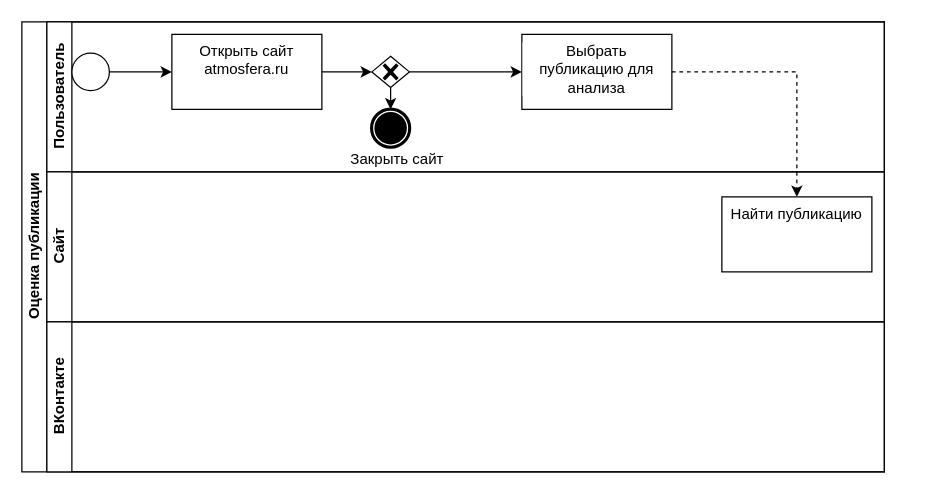
The draw.io diagram bpmn.drawio in l-voff/metods_rep, before the edit. Source tidied: cells renumbered, new cells numbered last; positions are measured from the earlier drawing's top-left corner, leaving out a move shared by most shapes. Both pictures are drawn from the tidied source at 125%, with x=0, y=0 at pixel (21, 21).
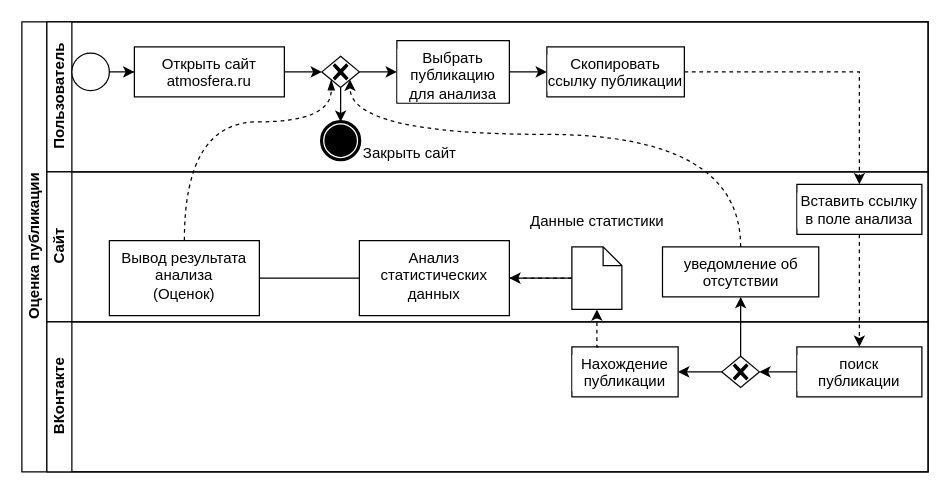
After the change.

The edit, as a diff of the source:
```diff
@@
     <mxCell id="2" value="Оценка публикации" style="swimlane;horizontal=0;startSize=20;html=1;" parent="1" vertex="1">
-      <mxGeometry width="690" height="360" as="geometry" />
+      <mxGeometry width="725" height="360" as="geometry" />
     </mxCell>
     <mxCell id="3" value="Пользователь" style="swimlane;startSize=20;horizontal=0;html=1;" parent="2" vertex="1">
-      <mxGeometry x="20" width="670" height="120" as="geometry" />
+      <mxGeometry x="20" width="705" height="120" as="geometry" />
     </mxCell>
@@
-    <mxCell id="6" style="edgeStyle=orthogonalEdgeStyle;rounded=0;jettySize=auto;html=1;exitX=1;exitY=0.5;exitDx=0;exitDy=0;" parent="3" edge="1" source="7">
-      <mxGeometry relative="1" as="geometry">
-        <mxPoint x="260" y="40" as="targetPoint" />
-      </mxGeometry>
-    </mxCell>
+    <mxCell id="18" style="edgeStyle=orthogonalEdgeStyle;rounded=0;jettySize=auto;html=1;exitX=1;exitY=0.5;exitDx=0;exitDy=0;entryX=0;entryY=0.5;entryDx=0;entryDy=0;entryPerimeter=0;" parent="3" edge="1" source="7" target="11">
+      <mxGeometry relative="1" as="geometry" />
+    </mxCell>
     <mxCell id="7" value="Открыть сайт&lt;br&gt;atmosfera.ru" style="whiteSpace=wrap;html=1;verticalAlign=top;labelBackgroundColor=#ffffff;" parent="3" vertex="1">
-      <mxGeometry x="100" y="10" width="120" height="60" as="geometry" />
+      <mxGeometry x="70" y="20" width="120" height="40" as="geometry" />
     </mxCell>
+    <mxCell id="19" style="edgeStyle=orthogonalEdgeStyle;rounded=0;jettySize=auto;html=1;" parent="3" edge="1" source="8" target="20">
+      <mxGeometry relative="1" as="geometry" />
+    </mxCell>
     <mxCell id="8" value="Выбрать публикацию для анализа" style="whiteSpace=wrap;html=1;verticalAlign=top;labelBackgroundColor=#ffffff;" parent="3" vertex="1">
-      <mxGeometry x="380" y="10" width="120" height="60" as="geometry" />
+      <mxGeometry x="280" y="15" width="90" height="50" as="geometry" />
     </mxCell>
@@
     <mxCell id="11" style="points=[[0.25,0.25,0],[0.5,0,0],[0.75,0.25,0],[1,0.5,0],[0.75,0.75,0],[0.5,1,0],[0.25,0.75,0],[0,0.5,0]];shape=mxgraph.bpmn.gateway2;html=1;verticalLabelPosition=bottom;labelBackgroundColor=#ffffff;verticalAlign=top;align=center;perimeter=rhombusPerimeter;outlineConnect=0;outline=none;symbol=none;gwType=exclusive;" parent="3" vertex="1">
-      <mxGeometry x="260" y="27.5" width="30" height="25" as="geometry" />
+      <mxGeometry x="220" y="27.5" width="30" height="25" as="geometry" />
     </mxCell>
     <mxCell id="12" style="points=[[0.145,0.145,0],[0.5,0,0],[0.855,0.145,0],[1,0.5,0],[0.855,0.855,0],[0.5,1,0],[0.145,0.855,0],[0,0.5,0]];shape=mxgraph.bpmn.event;html=1;verticalLabelPosition=bottom;labelBackgroundColor=#ffffff;verticalAlign=top;align=center;perimeter=ellipsePerimeter;outlineConnect=0;outline=end;symbol=terminate;" parent="3" vertex="1">
-      <mxGeometry x="260" y="70" width="30" height="30" as="geometry" />
+      <mxGeometry x="220" y="80" width="30" height="30" as="geometry" />
     </mxCell>
+    <mxCell id="20" value="Скопировать ссылку публикации" style="whiteSpace=wrap;html=1;verticalAlign=top;labelBackgroundColor=#ffffff;" parent="3" vertex="1">
+      <mxGeometry x="400" y="20" width="110" height="40" as="geometry" />
+    </mxCell>
+    <mxCell id="17" value="Закрыть сайт" style="text;html=1;align=center;verticalAlign=middle;strokeColor=none;fillColor=none;" parent="3" vertex="1">
+      <mxGeometry x="240" y="90" width="100" height="30" as="geometry" />
+    </mxCell>
     <mxCell id="13" value="Сайт" style="swimlane;startSize=20;horizontal=0;html=1;" parent="2" vertex="1">
-      <mxGeometry x="20" y="120" width="670" height="120" as="geometry" />
+      <mxGeometry x="20" y="120" width="705" height="120" as="geometry" />
     </mxCell>
+    <mxCell id="21" value="Вставить ссылку в поле анализа" style="whiteSpace=wrap;html=1;verticalAlign=top;labelBackgroundColor=#ffffff;" parent="13" vertex="1">
+      <mxGeometry x="600" y="10" width="100" height="40" as="geometry" />
+    </mxCell>
+    <mxCell id="22" value="уведомление об отсутствии" style="whiteSpace=wrap;html=1;verticalAlign=top;labelBackgroundColor=#ffffff;" parent="13" vertex="1">
+      <mxGeometry x="492.5" y="60" width="125" height="40" as="geometry" />
+    </mxCell>
+    <mxCell id="23" style="edgeStyle=orthogonalEdgeStyle;rounded=0;jettySize=auto;html=1;dashed=1;" parent="13" edge="1" source="24" target="27">
+      <mxGeometry relative="1" as="geometry" />
+    </mxCell>
+    <mxCell id="24" style="shape=mxgraph.bpmn.data;labelPosition=center;verticalLabelPosition=bottom;align=center;verticalAlign=top;whiteSpace=wrap;size=15;html=1;" parent="13" vertex="1">
+      <mxGeometry x="420" y="60" width="40" height="50" as="geometry" />
+    </mxCell>
+    <mxCell id="25" style="edgeStyle=orthogonalEdgeStyle;rounded=0;jettySize=auto;html=1;endArrow=none;endFill=0;" parent="13" edge="1" source="27" target="24">
+      <mxGeometry relative="1" as="geometry" />
+    </mxCell>
+    <mxCell id="26" style="edgeStyle=orthogonalEdgeStyle;rounded=0;jettySize=auto;html=1;endArrow=none;endFill=0;" parent="13" edge="1" source="27" target="28">
+      <mxGeometry relative="1" as="geometry" />
+    </mxCell>
+    <mxCell id="27" value="Анализ статистических данных" style="whiteSpace=wrap;html=1;verticalAlign=top;" parent="13" vertex="1">
+      <mxGeometry x="250" y="55" width="120" height="60" as="geometry" />
+    </mxCell>
+    <mxCell id="28" value="Вывод результата анализа&lt;br&gt;(Оценок)" style="whiteSpace=wrap;html=1;verticalAlign=top;" parent="13" vertex="1">
+      <mxGeometry x="50" y="55" width="120" height="60" as="geometry" />
+    </mxCell>
+    <mxCell id="15" value="ВКонтакте" style="swimlane;startSize=20;horizontal=0;html=1;" parent="2" vertex="1">
+      <mxGeometry x="20" y="240" width="705" height="120" as="geometry" />
+    </mxCell>
+    <mxCell id="29" style="edgeStyle=orthogonalEdgeStyle;rounded=0;jettySize=auto;html=1;exitX=0;exitY=0.5;exitDx=0;exitDy=0;entryX=1;entryY=0.5;entryDx=0;entryDy=0;entryPerimeter=0;" parent="15" edge="1" source="14" target="31">
+      <mxGeometry relative="1" as="geometry" />
+    </mxCell>
-    <mxCell id="14" value="Найти публикацию" style="whiteSpace=wrap;html=1;verticalAlign=top;labelBackgroundColor=#ffffff;" parent="13" vertex="1">
-      <mxGeometry x="540" y="20" width="120" height="60" as="geometry" />
+    <mxCell id="14" value="поиск публикации" style="whiteSpace=wrap;html=1;verticalAlign=top;labelBackgroundColor=#ffffff;" parent="15" vertex="1">
+      <mxGeometry x="600" y="20" width="100" height="40" as="geometry" />
     </mxCell>
-    <mxCell id="15" value="ВКонтакте" style="swimlane;startSize=20;horizontal=0;html=1;" parent="2" vertex="1">
-      <mxGeometry x="20" y="240" width="670" height="120" as="geometry" />
-    </mxCell>
-    <mxCell id="16" style="edgeStyle=orthogonalEdgeStyle;rounded=0;jettySize=auto;html=1;exitX=1;exitY=0.5;exitDx=0;exitDy=0;entryX=0.5;entryY=0;entryDx=0;entryDy=0;dashed=1;" parent="2" edge="1" source="8" target="14">
-      <mxGeometry relative="1" as="geometry" />
-    </mxCell>
-    <mxCell id="17" value="Закрыть сайт" style="text;html=1;align=center;verticalAlign=middle;strokeColor=none;fillColor=none;" parent="1" vertex="1">
-      <mxGeometry x="250" y="95" width="100" height="30" as="geometry" />
-    </mxCell>
+    <mxCell id="30" style="edgeStyle=orthogonalEdgeStyle;rounded=0;jettySize=auto;html=1;" parent="15" edge="1" source="31" target="32">
+      <mxGeometry relative="1" as="geometry" />
+    </mxCell>
+    <mxCell id="31" style="points=[[0.25,0.25,0],[0.5,0,0],[0.75,0.25,0],[1,0.5,0],[0.75,0.75,0],[0.5,1,0],[0.25,0.75,0],[0,0.5,0]];shape=mxgraph.bpmn.gateway2;html=1;verticalLabelPosition=bottom;labelBackgroundColor=#ffffff;verticalAlign=top;align=center;perimeter=rhombusPerimeter;outlineConnect=0;outline=none;symbol=none;gwType=exclusive;" parent="15" vertex="1">
+      <mxGeometry x="540" y="27.5" width="30" height="25" as="geometry" />
+    </mxCell>
+    <mxCell id="32" value="Нахождение публикации" style="whiteSpace=wrap;html=1;verticalAlign=top;labelBackgroundColor=#ffffff;" parent="15" vertex="1">
+      <mxGeometry x="420" y="20" width="85" height="40" as="geometry" />
+    </mxCell>
+    <mxCell id="33" style="edgeStyle=orthogonalEdgeStyle;rounded=0;jettySize=auto;html=1;dashed=1;" parent="2" edge="1" source="20" target="21">
+      <mxGeometry relative="1" as="geometry" />
+    </mxCell>
+    <mxCell id="34" style="edgeStyle=orthogonalEdgeStyle;rounded=0;jettySize=auto;html=1;exitX=0.5;exitY=1;exitDx=0;exitDy=0;entryX=0.5;entryY=0;entryDx=0;entryDy=0;dashed=1;" parent="2" edge="1" source="21" target="14">
+      <mxGeometry relative="1" as="geometry" />
+    </mxCell>
+    <mxCell id="35" style="edgeStyle=orthogonalEdgeStyle;rounded=0;jettySize=auto;html=1;" parent="2" edge="1" source="31" target="22">
+      <mxGeometry relative="1" as="geometry" />
+    </mxCell>
+    <mxCell id="36" style="edgeStyle=orthogonalEdgeStyle;rounded=0;jettySize=auto;html=1;exitX=0.5;exitY=0;exitDx=0;exitDy=0;entryX=0.75;entryY=0.75;entryDx=0;entryDy=0;entryPerimeter=0;curved=1;dashed=1;" parent="2" edge="1" source="22" target="11">
+      <mxGeometry relative="1" as="geometry">
+        <Array as="points">
+          <mxPoint x="575" y="90" />
+          <mxPoint x="263" y="90" />
+        </Array>
+      </mxGeometry>
+    </mxCell>
+    <mxCell id="37" style="edgeStyle=orthogonalEdgeStyle;rounded=0;jettySize=auto;html=1;exitX=0.25;exitY=0;exitDx=0;exitDy=0;entryX=0.5;entryY=1;entryDx=0;entryDy=0;entryPerimeter=0;dashed=1;" parent="2" edge="1" source="32" target="24">
+      <mxGeometry relative="1" as="geometry" />
+    </mxCell>
+    <mxCell id="38" style="edgeStyle=orthogonalEdgeStyle;rounded=0;jettySize=auto;html=1;exitX=0.5;exitY=0;exitDx=0;exitDy=0;entryX=0.25;entryY=0.75;entryDx=0;entryDy=0;entryPerimeter=0;endArrow=blockThin;endFill=1;curved=1;dashed=1;" parent="2" edge="1" source="28" target="11">
+      <mxGeometry relative="1" as="geometry">
+        <Array as="points">
+          <mxPoint x="130" y="80" />
+          <mxPoint x="247" y="80" />
+        </Array>
+      </mxGeometry>
+    </mxCell>
+    <mxCell id="39" value="Данные статистики" style="text;html=1;align=center;verticalAlign=middle;strokeColor=none;fillColor=none;" parent="1" vertex="1">
+      <mxGeometry x="395" y="145" width="130" height="30" as="geometry" />
+    </mxCell>
```
